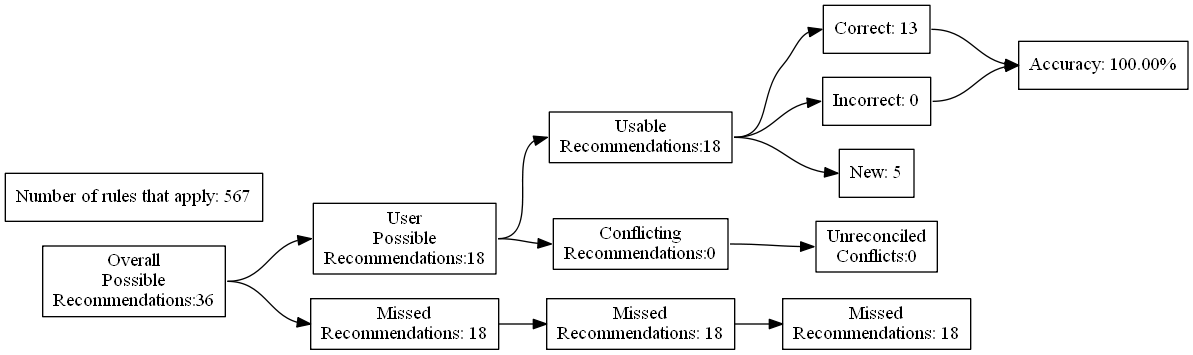
This is test_renders/71.gv.png from ZaxR/ibd_diet_analysis, a Graphviz export, as it was before one commit. Its source is kept beside it as test_renders/71.gv.
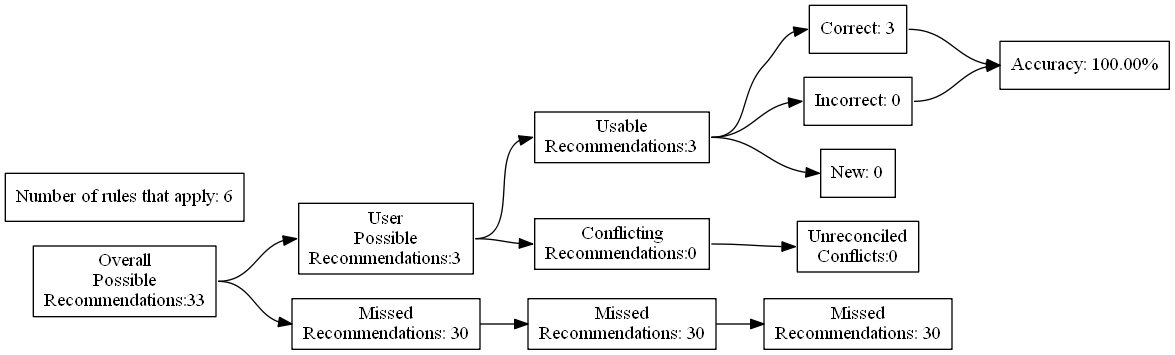
Later version of the same file.

The edit, as a diff of the source:
```diff
@@ -4,27 +4,27 @@
 	edge [headport=w tailport=e]
 		A [label="Overall
 Possible
-Recommendations:36"]
+Recommendations:33"]
 		B [label="User
 Possible
-Recommendations:18"]
+Recommendations:3"]
 		C [label="Missed
-Recommendations: 18"]
+Recommendations: 30"]
 		D [label="Usable
-Recommendations:18"]
+Recommendations:3"]
 		E [label="Conflicting
 Recommendations:0"]
 		J [label="Missed
-Recommendations: 18"]
+Recommendations: 30"]
 		M [label="Unreconciled
 Conflicts:0"]
-		F [label="Correct: 13"]
+		F [label="Correct: 3"]
 		G [label="Incorrect: 0"]
-		H [label="New: 5"]
+		H [label="New: 0"]
 		K [label="Missed
-Recommendations: 18"]
+Recommendations: 30"]
 		I [label="Accuracy: 100.00%"]
-		l [label="Number of rules that apply: 567"]
+		l [label="Number of rules that apply: 6"]
 			A -> B
 			A -> C
 			B -> D
```
